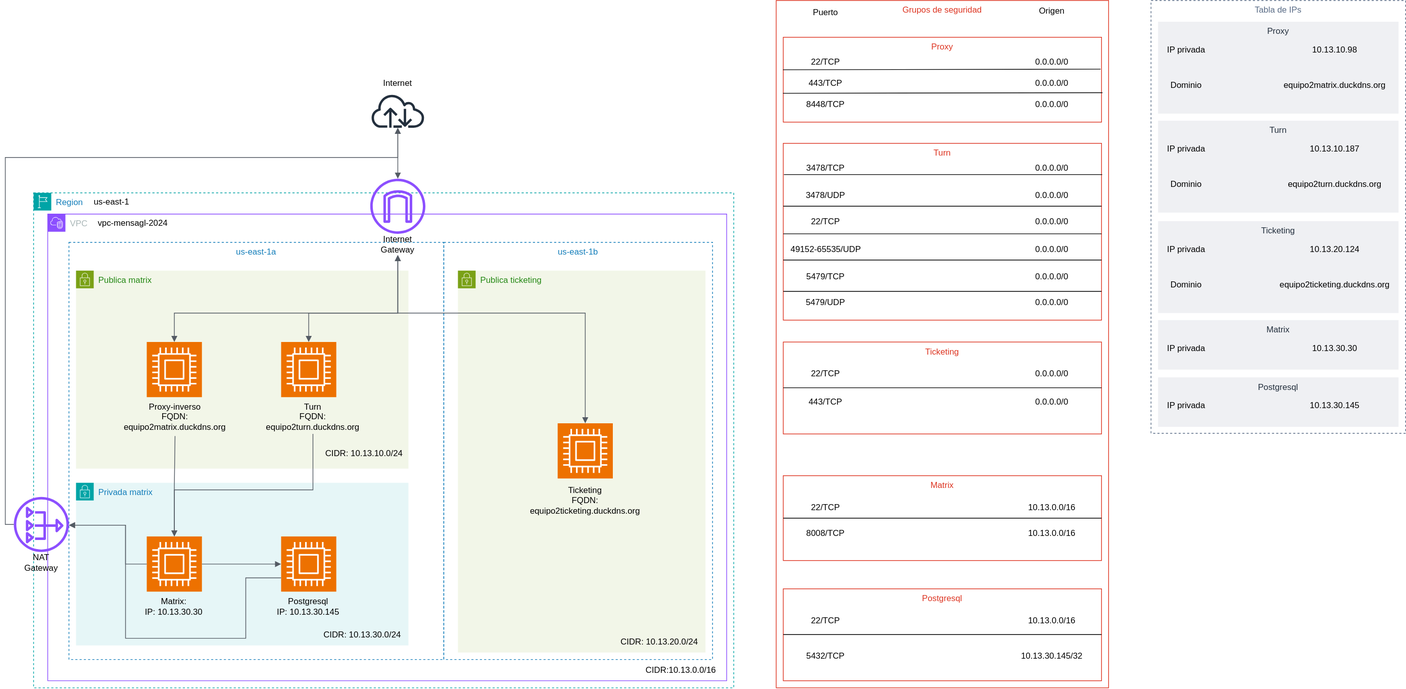
shernandezm02/reto_Sergiohm keeps this draw.io diagram as Diagrama_red/aws.svg. Above is the earlier version. Source tidied: cells renumbered, new cells last; positions are measured from the earlier drawing's top-left corner, leaving out a move shared by most shapes.
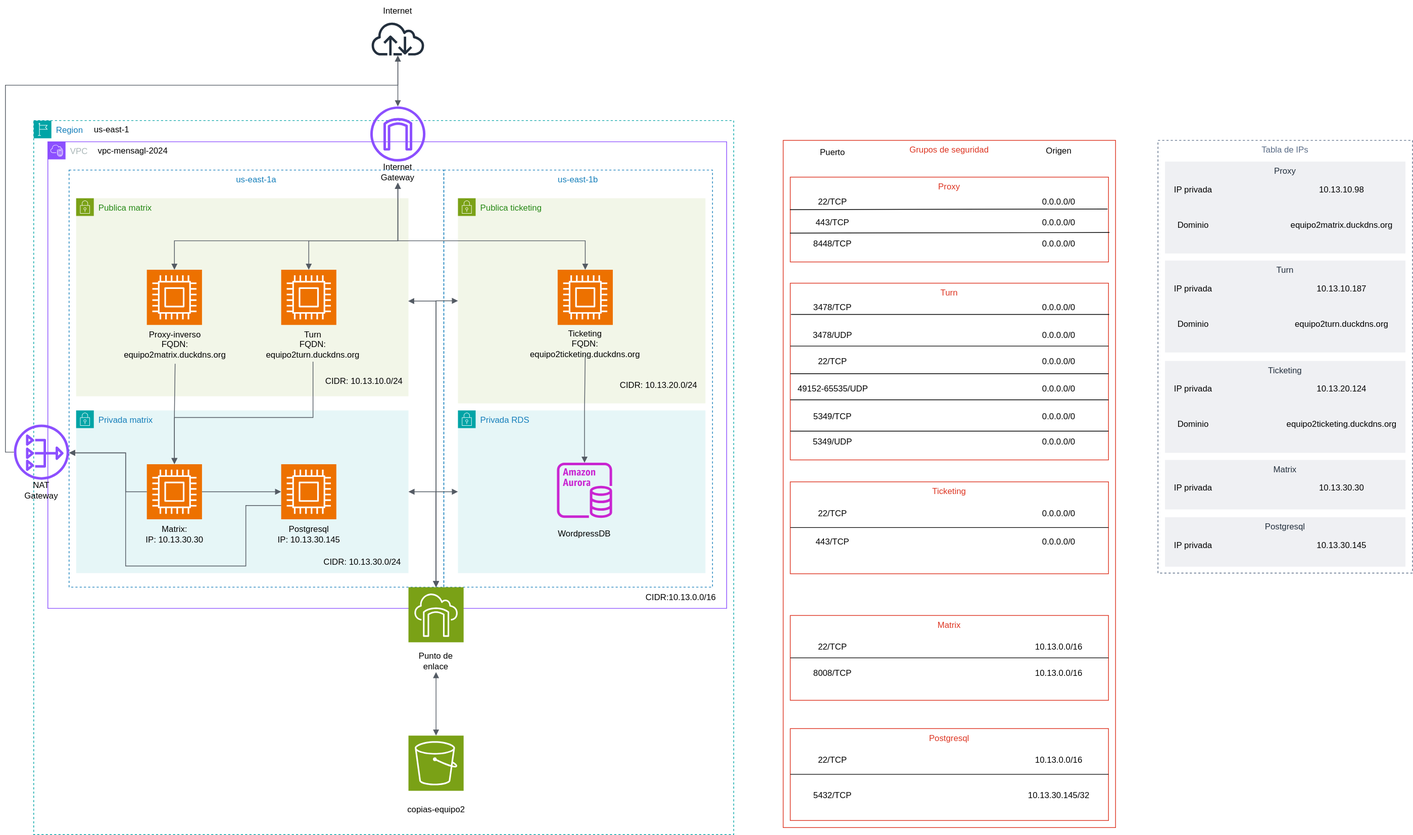
After the change.

Change to the diagram source:
```diff
@@ -3,13 +3,16 @@
     <mxCell id="0" />
     <mxCell id="1" parent="0" />
     <mxCell id="2" value="us-east-1b" style="fillColor=none;strokeColor=#147EBA;dashed=1;verticalAlign=top;fontStyle=0;fontColor=#147EBA;whiteSpace=wrap;html=1;rotation=0;" parent="1" vertex="1">
-      <mxGeometry x="620" y="342" width="380" height="590" as="geometry" />
+      <mxGeometry x="610" y="42" width="380" height="590" as="geometry" />
     </mxCell>
+    <mxCell id="111" value="Privada RDS" style="points=[[0,0],[0.25,0],[0.5,0],[0.75,0],[1,0],[1,0.25],[1,0.5],[1,0.75],[1,1],[0.75,1],[0.5,1],[0.25,1],[0,1],[0,0.75],[0,0.5],[0,0.25]];outlineConnect=0;gradientColor=none;html=1;whiteSpace=wrap;fontSize=12;fontStyle=0;shape=mxgraph.aws4.group;grIcon=mxgraph.aws4.group_security_group;grStroke=0;strokeColor=#00A4A6;fillColor=#E6F6F7;verticalAlign=top;align=left;spacingLeft=30;fontColor=#147EBA;dashed=0;" parent="1" vertex="1">
+      <mxGeometry x="630" y="382" width="350" height="230" as="geometry" />
+    </mxCell>
     <mxCell id="3" value="VPC" style="gradientColor=none;html=1;whiteSpace=wrap;fontSize=12;fontStyle=0;shape=mxgraph.aws4.group;grIcon=mxgraph.aws4.group_vpc2;strokeColor=#8C4FFF;fillColor=none;verticalAlign=top;align=left;spacingLeft=30;fontColor=#AAB7B8;dashed=0;" parent="1" vertex="1">
-      <mxGeometry x="60" y="302" width="960" height="660" as="geometry" />
+      <mxGeometry x="50" y="2" width="960" height="660" as="geometry" />
     </mxCell>
     <mxCell id="4" value="Region" style="gradientColor=none;html=1;whiteSpace=wrap;fontSize=12;fontStyle=0;shape=mxgraph.aws4.group;grIcon=mxgraph.aws4.group_region;strokeColor=#00A4A6;fillColor=none;verticalAlign=top;align=left;spacingLeft=30;fontColor=#147EBA;dashed=1;" parent="1" vertex="1">
-      <mxGeometry x="40" y="272" width="990" height="700" as="geometry" />
+      <mxGeometry x="30" y="-28" width="990" height="1010" as="geometry" />
     </mxCell>
     <mxCell id="5" value="us-east-1a" style="fillColor=none;strokeColor=#147EBA;dashed=1;verticalAlign=top;fontStyle=0;fontColor=#147EBA;whiteSpace=wrap;html=1;" parent="4" vertex="1">
       <mxGeometry x="50" y="70" width="530" height="590" as="geometry" />
@@ -38,11 +41,38 @@
     <mxCell id="13" value="Internet Gateway" style="text;html=1;strokeColor=none;fillColor=none;align=center;verticalAlign=middle;whiteSpace=wrap;rounded=0;" parent="4" vertex="1">
       <mxGeometry x="485" y="58" width="60" height="30" as="geometry" />
     </mxCell>
+    <mxCell id="112" value="WordpressDB" style="text;html=1;strokeColor=none;fillColor=none;align=center;verticalAlign=middle;whiteSpace=wrap;rounded=0;" parent="4" vertex="1">
+      <mxGeometry x="749" y="570" width="60" height="30" as="geometry" />
+    </mxCell>
+    <mxCell id="113" style="sketch=0;outlineConnect=0;fontColor=#232F3E;gradientColor=none;fillColor=#C925D1;strokeColor=none;dashed=0;verticalLabelPosition=bottom;verticalAlign=top;align=center;html=1;fontSize=12;fontStyle=0;shape=mxgraph.aws4.aurora_instance;" parent="4" vertex="1">
+      <mxGeometry x="740" y="484" width="78" height="78" as="geometry" />
+    </mxCell>
+    <mxCell id="114" style="sketch=0;points=[[0,0,0],[0.25,0,0],[0.5,0,0],[0.75,0,0],[1,0,0],[0,1,0],[0.25,1,0],[0.5,1,0],[0.75,1,0],[1,1,0],[0,0.25,0],[0,0.5,0],[0,0.75,0],[1,0.25,0],[1,0.5,0],[1,0.75,0]];outlineConnect=0;fontColor=#232F3E;fillColor=#7AA116;strokeColor=#ffffff;dashed=0;verticalLabelPosition=bottom;verticalAlign=top;align=center;html=1;fontSize=12;fontStyle=0;shape=mxgraph.aws4.resourceIcon;resIcon=mxgraph.aws4.storage_gateway;" parent="4" vertex="1">
+      <mxGeometry x="530" y="660" width="78" height="78" as="geometry" />
+    </mxCell>
     <mxCell id="14" style="sketch=0;outlineConnect=0;fontColor=#232F3E;gradientColor=none;fillColor=#8C4FFF;strokeColor=none;dashed=0;verticalLabelPosition=bottom;verticalAlign=top;align=center;html=1;fontSize=12;fontStyle=0;shape=mxgraph.aws4.nat_gateway;" parent="4" vertex="1">
       <mxGeometry x="-28" y="430" width="78" height="78" as="geometry" />
     </mxCell>
+    <mxCell id="115" style="sketch=0;points=[[0,0,0],[0.25,0,0],[0.5,0,0],[0.75,0,0],[1,0,0],[0,1,0],[0.25,1,0],[0.5,1,0],[0.75,1,0],[1,1,0],[0,0.25,0],[0,0.5,0],[0,0.75,0],[1,0.25,0],[1,0.5,0],[1,0.75,0]];outlineConnect=0;fontColor=#232F3E;fillColor=#7AA116;strokeColor=#ffffff;dashed=0;verticalLabelPosition=bottom;verticalAlign=top;align=center;html=1;fontSize=12;fontStyle=0;shape=mxgraph.aws4.resourceIcon;resIcon=mxgraph.aws4.s3;" parent="4" vertex="1">
+      <mxGeometry x="530" y="870" width="78" height="78" as="geometry" />
+    </mxCell>
+    <mxCell id="116" value="Punto de enlace" style="text;html=1;strokeColor=none;fillColor=none;align=center;verticalAlign=middle;whiteSpace=wrap;rounded=0;" parent="4" vertex="1">
+      <mxGeometry x="539" y="750" width="60" height="30" as="geometry" />
+    </mxCell>
+    <mxCell id="117" value="copias-equipo2" style="text;html=1;strokeColor=none;fillColor=none;align=center;verticalAlign=middle;whiteSpace=wrap;rounded=0;" parent="4" vertex="1">
+      <mxGeometry x="523.5" y="960" width="91" height="30" as="geometry" />
+    </mxCell>
+    <mxCell id="118" style="edgeStyle=orthogonalEdgeStyle;html=1;endArrow=block;elbow=vertical;startArrow=block;startFill=1;endFill=1;strokeColor=#545B64;rounded=0;entryX=0.5;entryY=1;entryDx=0;entryDy=0;exitX=0.5;exitY=0;exitDx=0;exitDy=0;exitPerimeter=0;" parent="4" edge="1" source="115" target="116">
+      <mxGeometry relative="1" as="geometry" />
+    </mxCell>
+    <mxCell id="119" style="edgeStyle=orthogonalEdgeStyle;html=1;endArrow=block;elbow=vertical;startArrow=block;startFill=1;endFill=1;strokeColor=#545B64;rounded=0;exitX=0.5;exitY=0;exitDx=0;exitDy=0;exitPerimeter=0;entryX=0.999;entryY=0.519;entryDx=0;entryDy=0;entryPerimeter=0;" parent="4" edge="1" source="114" target="8">
+      <mxGeometry relative="1" as="geometry" />
+    </mxCell>
+    <mxCell id="22" value="us-east-1" style="text;html=1;align=center;verticalAlign=middle;strokeColor=none;fillColor=none;" parent="1" vertex="1">
+      <mxGeometry x="105" y="-30" width="70" height="30" as="geometry" />
+    </mxCell>
     <mxCell id="15" value="Privada matrix" style="points=[[0,0],[0.25,0],[0.5,0],[0.75,0],[1,0],[1,0.25],[1,0.5],[1,0.75],[1,1],[0.75,1],[0.5,1],[0.25,1],[0,1],[0,0.75],[0,0.5],[0,0.25]];outlineConnect=0;gradientColor=none;html=1;whiteSpace=wrap;fontSize=12;fontStyle=0;shape=mxgraph.aws4.group;grIcon=mxgraph.aws4.group_security_group;grStroke=0;strokeColor=#00A4A6;fillColor=#E6F6F7;verticalAlign=top;align=left;spacingLeft=30;fontColor=#147EBA;dashed=0;" parent="1" vertex="1">
-      <mxGeometry x="100" y="682" width="470" height="230" as="geometry" />
+      <mxGeometry x="90" y="382" width="470" height="230" as="geometry" />
     </mxCell>
     <mxCell id="16" style="sketch=0;points=[[0,0,0],[0.25,0,0],[0.5,0,0],[0.75,0,0],[1,0,0],[0,1,0],[0.25,1,0],[0.5,1,0],[0.75,1,0],[1,1,0],[0,0.25,0],[0,0.5,0],[0,0.75,0],[1,0.25,0],[1,0.5,0],[1,0.75,0]];outlineConnect=0;fontColor=#232F3E;fillColor=#ED7100;strokeColor=#ffffff;dashed=0;verticalLabelPosition=bottom;verticalAlign=top;align=center;html=1;fontSize=12;fontStyle=0;shape=mxgraph.aws4.resourceIcon;resIcon=mxgraph.aws4.compute;" parent="15" vertex="1">
       <mxGeometry x="100" y="76" width="78" height="78" as="geometry" />
@@ -62,51 +92,48 @@
     <mxCell id="21" style="edgeStyle=orthogonalEdgeStyle;html=1;endArrow=block;elbow=vertical;startArrow=none;endFill=1;strokeColor=#545B64;rounded=0;exitX=1;exitY=0.5;exitDx=0;exitDy=0;exitPerimeter=0;entryX=0;entryY=0.5;entryDx=0;entryDy=0;entryPerimeter=0;" parent="15" edge="1" source="16" target="17">
       <mxGeometry relative="1" as="geometry" />
     </mxCell>
-    <mxCell id="22" value="us-east-1" style="text;html=1;align=center;verticalAlign=middle;strokeColor=none;fillColor=none;" parent="1" vertex="1">
-      <mxGeometry x="115" y="270" width="70" height="30" as="geometry" />
-    </mxCell>
     <mxCell id="23" value="Publica ticketing&lt;br&gt;" style="points=[[0,0],[0.25,0],[0.5,0],[0.75,0],[1,0],[1,0.25],[1,0.5],[1,0.75],[1,1],[0.75,1],[0.5,1],[0.25,1],[0,1],[0,0.75],[0,0.5],[0,0.25]];outlineConnect=0;gradientColor=none;html=1;whiteSpace=wrap;fontSize=12;fontStyle=0;shape=mxgraph.aws4.group;grIcon=mxgraph.aws4.group_security_group;grStroke=0;strokeColor=#7AA116;fillColor=#F2F6E8;verticalAlign=top;align=left;spacingLeft=30;fontColor=#248814;dashed=0;" parent="1" vertex="1">
-      <mxGeometry x="640" y="382" width="350" height="540" as="geometry" />
+      <mxGeometry x="630" y="82" width="350" height="290" as="geometry" />
     </mxCell>
     <mxCell id="24" style="sketch=0;points=[[0,0,0],[0.25,0,0],[0.5,0,0],[0.75,0,0],[1,0,0],[0,1,0],[0.25,1,0],[0.5,1,0],[0.75,1,0],[1,1,0],[0,0.25,0],[0,0.5,0],[0,0.75,0],[1,0.25,0],[1,0.5,0],[1,0.75,0]];outlineConnect=0;fontColor=#232F3E;fillColor=#ED7100;strokeColor=#ffffff;dashed=0;verticalLabelPosition=bottom;verticalAlign=top;align=center;html=1;fontSize=12;fontStyle=0;shape=mxgraph.aws4.resourceIcon;resIcon=mxgraph.aws4.compute;" parent="1" vertex="1">
-      <mxGeometry x="200" y="483" width="78" height="78" as="geometry" />
+      <mxGeometry x="190" y="183" width="78" height="78" as="geometry" />
     </mxCell>
     <mxCell id="25" style="sketch=0;points=[[0,0,0],[0.25,0,0],[0.5,0,0],[0.75,0,0],[1,0,0],[0,1,0],[0.25,1,0],[0.5,1,0],[0.75,1,0],[1,1,0],[0,0.25,0],[0,0.5,0],[0,0.75,0],[1,0.25,0],[1,0.5,0],[1,0.75,0]];outlineConnect=0;fontColor=#232F3E;fillColor=#ED7100;strokeColor=#ffffff;dashed=0;verticalLabelPosition=bottom;verticalAlign=top;align=center;html=1;fontSize=12;fontStyle=0;shape=mxgraph.aws4.resourceIcon;resIcon=mxgraph.aws4.compute;" parent="1" vertex="1">
-      <mxGeometry x="390" y="483" width="78" height="78" as="geometry" />
+      <mxGeometry x="380" y="183" width="78" height="78" as="geometry" />
     </mxCell>
     <mxCell id="26" style="sketch=0;points=[[0,0,0],[0.25,0,0],[0.5,0,0],[0.75,0,0],[1,0,0],[0,1,0],[0.25,1,0],[0.5,1,0],[0.75,1,0],[1,1,0],[0,0.25,0],[0,0.5,0],[0,0.75,0],[1,0.25,0],[1,0.5,0],[1,0.75,0]];outlineConnect=0;fontColor=#232F3E;fillColor=#ED7100;strokeColor=#ffffff;dashed=0;verticalLabelPosition=bottom;verticalAlign=top;align=center;html=1;fontSize=12;fontStyle=0;shape=mxgraph.aws4.resourceIcon;resIcon=mxgraph.aws4.compute;" parent="1" vertex="1">
-      <mxGeometry x="781" y="598" width="78" height="78" as="geometry" />
+      <mxGeometry x="771" y="183" width="78" height="78" as="geometry" />
     </mxCell>
     <mxCell id="27" value="Ticketing&lt;br&gt;FQDN: equipo2ticketing.duckdns.org" style="text;html=1;strokeColor=none;fillColor=none;align=center;verticalAlign=middle;whiteSpace=wrap;rounded=0;" parent="1" vertex="1">
-      <mxGeometry x="790" y="692" width="60" height="30" as="geometry" />
+      <mxGeometry x="780" y="273" width="60" height="30" as="geometry" />
     </mxCell>
     <mxCell id="28" value="CIDR: 10.13.20.0/24" style="text;html=1;strokeColor=none;fillColor=none;align=center;verticalAlign=middle;whiteSpace=wrap;rounded=0;" parent="1" vertex="1">
-      <mxGeometry x="860" y="892" width="130" height="30" as="geometry" />
+      <mxGeometry x="849" y="332" width="130" height="30" as="geometry" />
     </mxCell>
     <mxCell id="29" style="sketch=0;outlineConnect=0;fontColor=#232F3E;gradientColor=none;fillColor=#232F3D;strokeColor=none;dashed=0;verticalLabelPosition=bottom;verticalAlign=top;align=center;html=1;fontSize=12;fontStyle=0;shape=mxgraph.aws4.internet;" parent="1" vertex="1">
-      <mxGeometry x="516" y="132" width="78" height="48" as="geometry" />
+      <mxGeometry x="506" y="-168" width="78" height="48" as="geometry" />
     </mxCell>
     <mxCell id="30" style="edgeStyle=orthogonalEdgeStyle;html=1;endArrow=block;elbow=vertical;startArrow=block;startFill=1;endFill=1;strokeColor=#545B64;rounded=0;exitX=0.5;exitY=0;exitDx=0;exitDy=0;exitPerimeter=0;entryX=0.5;entryY=1;entryDx=0;entryDy=0;" parent="1" edge="1" source="24" target="13">
       <mxGeometry relative="1" as="geometry">
         <Array as="points">
-          <mxPoint x="239" y="442" />
-          <mxPoint x="555" y="442" />
+          <mxPoint x="229" y="142" />
+          <mxPoint x="545" y="142" />
         </Array>
       </mxGeometry>
     </mxCell>
     <mxCell id="31" style="edgeStyle=orthogonalEdgeStyle;html=1;endArrow=block;elbow=vertical;startArrow=block;startFill=1;endFill=1;strokeColor=#545B64;rounded=0;exitX=0.5;exitY=0;exitDx=0;exitDy=0;exitPerimeter=0;entryX=0.5;entryY=1;entryDx=0;entryDy=0;" parent="1" edge="1" source="25" target="13">
       <mxGeometry relative="1" as="geometry">
         <Array as="points">
-          <mxPoint x="429" y="442" />
-          <mxPoint x="555" y="442" />
+          <mxPoint x="419" y="142" />
+          <mxPoint x="545" y="142" />
         </Array>
       </mxGeometry>
     </mxCell>
     <mxCell id="32" style="edgeStyle=orthogonalEdgeStyle;html=1;endArrow=block;elbow=vertical;startArrow=block;startFill=1;endFill=1;strokeColor=#545B64;rounded=0;entryX=0.5;entryY=0;entryDx=0;entryDy=0;entryPerimeter=0;exitX=0.5;exitY=1;exitDx=0;exitDy=0;" parent="1" edge="1" source="13" target="26">
       <mxGeometry relative="1" as="geometry">
         <Array as="points">
-          <mxPoint x="555" y="442" />
-          <mxPoint x="820" y="442" />
+          <mxPoint x="545" y="142" />
+          <mxPoint x="810" y="142" />
         </Array>
       </mxGeometry>
     </mxCell>
@@ -116,8 +143,8 @@
     <mxCell id="34" style="edgeStyle=orthogonalEdgeStyle;html=1;endArrow=none;elbow=vertical;startArrow=block;startFill=1;strokeColor=#545B64;rounded=0;entryX=0.5;entryY=1;entryDx=0;entryDy=0;exitX=0.5;exitY=0;exitDx=0;exitDy=0;exitPerimeter=0;" parent="1" edge="1" source="16" target="10">
       <mxGeometry relative="1" as="geometry">
         <Array as="points">
-          <mxPoint x="239" y="692" />
-          <mxPoint x="435" y="692" />
+          <mxPoint x="229" y="392" />
+          <mxPoint x="425" y="392" />
         </Array>
       </mxGeometry>
     </mxCell>
@@ -125,37 +152,37 @@
       <mxGeometry relative="1" as="geometry" />
     </mxCell>
     <mxCell id="36" style="sketch=0;outlineConnect=0;fontColor=#232F3E;gradientColor=none;fillColor=#8C4FFF;strokeColor=none;dashed=0;verticalLabelPosition=bottom;verticalAlign=top;align=center;html=1;fontSize=12;fontStyle=0;shape=mxgraph.aws4.internet_gateway;" parent="1" vertex="1">
-      <mxGeometry x="516" y="252" width="78" height="78" as="geometry" />
+      <mxGeometry x="506" y="-48" width="78" height="78" as="geometry" />
     </mxCell>
     <mxCell id="37" style="edgeStyle=orthogonalEdgeStyle;html=1;endArrow=none;elbow=vertical;startArrow=block;startFill=1;strokeColor=#545B64;rounded=0;entryX=0;entryY=0.5;entryDx=0;entryDy=0;entryPerimeter=0;" parent="1" edge="1" source="14" target="16">
       <mxGeometry relative="1" as="geometry">
         <Array as="points">
-          <mxPoint x="170" y="742" />
-          <mxPoint x="170" y="797" />
+          <mxPoint x="160" y="442" />
+          <mxPoint x="160" y="497" />
         </Array>
       </mxGeometry>
     </mxCell>
     <mxCell id="38" style="edgeStyle=orthogonalEdgeStyle;html=1;endArrow=none;elbow=vertical;startArrow=block;startFill=1;strokeColor=#545B64;rounded=0;entryX=0;entryY=0.75;entryDx=0;entryDy=0;entryPerimeter=0;" parent="1" edge="1" source="14" target="17">
       <mxGeometry relative="1" as="geometry">
         <Array as="points">
-          <mxPoint x="170" y="742" />
-          <mxPoint x="170" y="902" />
-          <mxPoint x="340" y="902" />
-          <mxPoint x="340" y="817" />
+          <mxPoint x="160" y="442" />
+          <mxPoint x="160" y="602" />
+          <mxPoint x="330" y="602" />
+          <mxPoint x="330" y="517" />
         </Array>
       </mxGeometry>
     </mxCell>
     <mxCell id="39" style="edgeStyle=orthogonalEdgeStyle;html=1;endArrow=none;elbow=vertical;startArrow=block;startFill=1;strokeColor=#545B64;rounded=0;" parent="1" edge="1" source="29" target="14">
       <mxGeometry relative="1" as="geometry">
         <Array as="points">
-          <mxPoint x="555" y="222" />
-          <mxPoint y="222" />
-          <mxPoint y="741" />
+          <mxPoint x="545" y="-78" />
+          <mxPoint x="-10" y="-78" />
+          <mxPoint x="-10" y="441" />
         </Array>
       </mxGeometry>
     </mxCell>
     <mxCell id="40" value="Internet" style="text;html=1;strokeColor=none;fillColor=none;align=center;verticalAlign=middle;whiteSpace=wrap;rounded=0;" parent="1" vertex="1">
-      <mxGeometry x="525" y="102" width="60" height="30" as="geometry" />
+      <mxGeometry x="515" y="-198" width="60" height="30" as="geometry" />
     </mxCell>
     <mxCell id="41" value="Grupos de seguridad&lt;br&gt;" style="fillColor=none;strokeColor=#DD3522;verticalAlign=top;fontStyle=0;fontColor=#DD3522;whiteSpace=wrap;html=1;" parent="1" vertex="1">
       <mxGeometry x="1090" width="470" height="972" as="geometry" />
@@ -214,10 +241,10 @@
     <mxCell id="59" value="0.0.0.0/0" style="text;html=1;strokeColor=none;fillColor=none;align=center;verticalAlign=middle;whiteSpace=wrap;rounded=0;" parent="1" vertex="1">
       <mxGeometry x="1450" y="337" width="60" height="30" as="geometry" />
     </mxCell>
-    <mxCell id="60" value="5479/TCP" style="text;html=1;strokeColor=none;fillColor=none;align=center;verticalAlign=middle;whiteSpace=wrap;rounded=0;" parent="1" vertex="1">
+    <mxCell id="60" value="5349/TCP" style="text;html=1;strokeColor=none;fillColor=none;align=center;verticalAlign=middle;whiteSpace=wrap;rounded=0;" parent="1" vertex="1">
       <mxGeometry x="1130" y="376" width="60" height="30" as="geometry" />
     </mxCell>
-    <mxCell id="61" value="5479/UDP" style="text;html=1;strokeColor=none;fillColor=none;align=center;verticalAlign=middle;whiteSpace=wrap;rounded=0;" parent="1" vertex="1">
+    <mxCell id="61" value="5349/UDP" style="text;html=1;strokeColor=none;fillColor=none;align=center;verticalAlign=middle;whiteSpace=wrap;rounded=0;" parent="1" vertex="1">
       <mxGeometry x="1130" y="412" width="60" height="30" as="geometry" />
     </mxCell>
     <mxCell id="62" value="0.0.0.0/0" style="text;html=1;strokeColor=none;fillColor=none;align=center;verticalAlign=middle;whiteSpace=wrap;rounded=0;" parent="1" vertex="1">
@@ -388,5 +415,22 @@
     <mxCell id="110" value="10.13.30.145" style="text;html=1;strokeColor=none;fillColor=none;align=center;verticalAlign=middle;whiteSpace=wrap;rounded=0;" parent="1" vertex="1">
       <mxGeometry x="1850" y="558" width="60" height="30" as="geometry" />
     </mxCell>
+    <mxCell id="120" style="edgeStyle=orthogonalEdgeStyle;html=1;endArrow=none;elbow=vertical;startArrow=block;startFill=1;strokeColor=#545B64;rounded=0;entryX=0.5;entryY=1;entryDx=0;entryDy=0;" parent="1" edge="1" source="113" target="27">
+      <mxGeometry relative="1" as="geometry">
+        <Array as="points">
+          <mxPoint x="809" y="380" />
+          <mxPoint x="810" y="380" />
+        </Array>
+      </mxGeometry>
+    </mxCell>
+    <mxCell id="121" style="edgeStyle=orthogonalEdgeStyle;html=1;endArrow=block;elbow=vertical;startArrow=block;startFill=1;endFill=1;strokeColor=#545B64;rounded=0;exitX=0.5;exitY=0;exitDx=0;exitDy=0;exitPerimeter=0;entryX=1;entryY=0.5;entryDx=0;entryDy=0;" parent="1" edge="1" source="114" target="15">
+      <mxGeometry relative="1" as="geometry" />
+    </mxCell>
+    <mxCell id="122" style="edgeStyle=orthogonalEdgeStyle;html=1;endArrow=block;elbow=vertical;startArrow=block;startFill=1;endFill=1;strokeColor=#545B64;rounded=0;exitX=0.5;exitY=0;exitDx=0;exitDy=0;exitPerimeter=0;entryX=0;entryY=0.5;entryDx=0;entryDy=0;" parent="1" edge="1" source="114" target="111">
+      <mxGeometry relative="1" as="geometry" />
+    </mxCell>
+    <mxCell id="123" style="edgeStyle=orthogonalEdgeStyle;html=1;endArrow=block;elbow=vertical;startArrow=block;startFill=1;endFill=1;strokeColor=#545B64;rounded=0;exitX=0.5;exitY=0;exitDx=0;exitDy=0;exitPerimeter=0;entryX=0;entryY=0.5;entryDx=0;entryDy=0;" parent="1" edge="1" source="114" target="23">
+      <mxGeometry relative="1" as="geometry" />
+    </mxCell>
   </root>
 </mxGraphModel>
```
